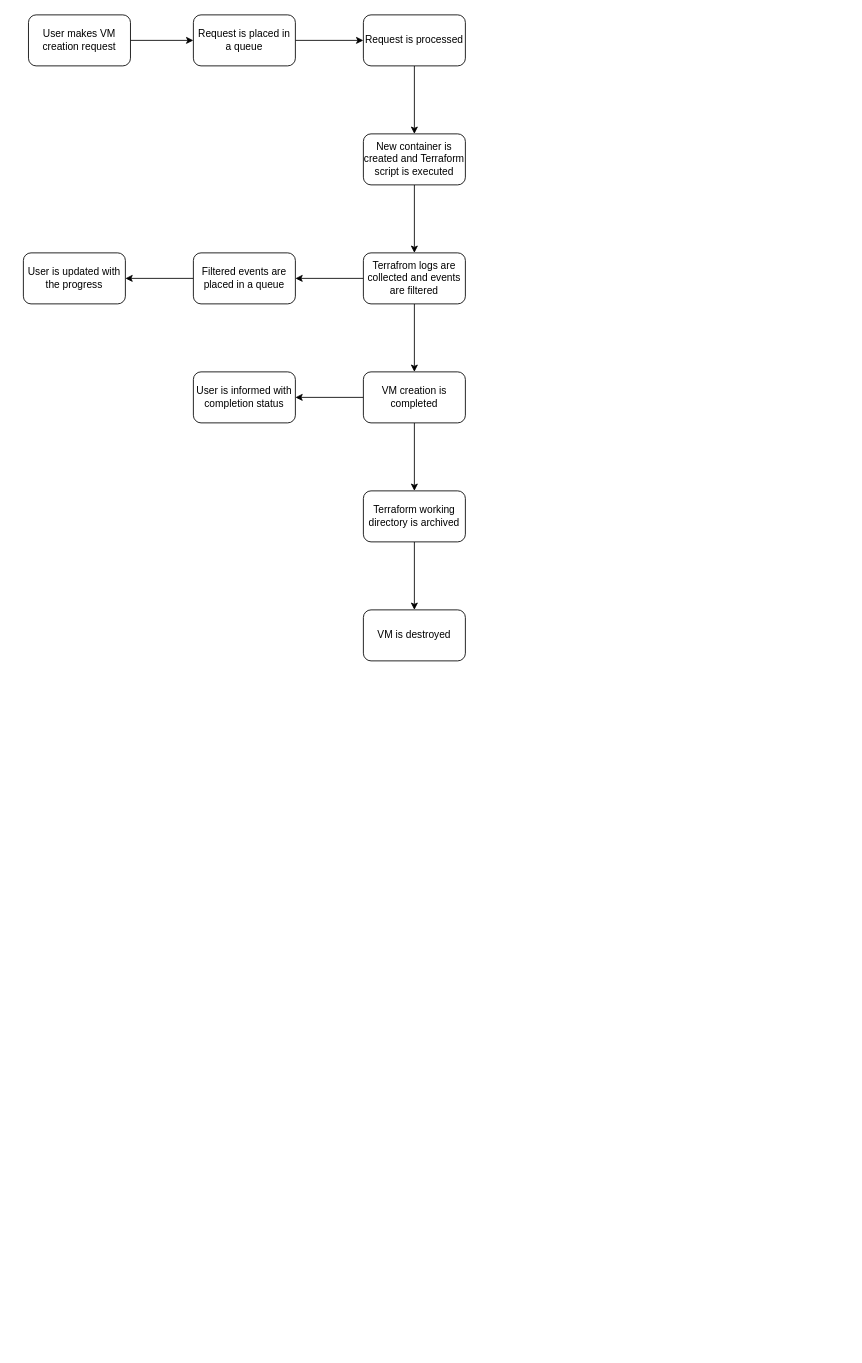
The draw.io diagram doc/diagrams/VM Creation Diagram.drawio in NAICNO/pages-test, before the edit. Source tidied: cells renumbered, new cells numbered last; positions are measured from the earlier drawing's top-left corner, leaving out a move shared by most shapes. Both pictures are drawn from the tidied source at 85%, with x=0, y=0 at pixel (23, 14).
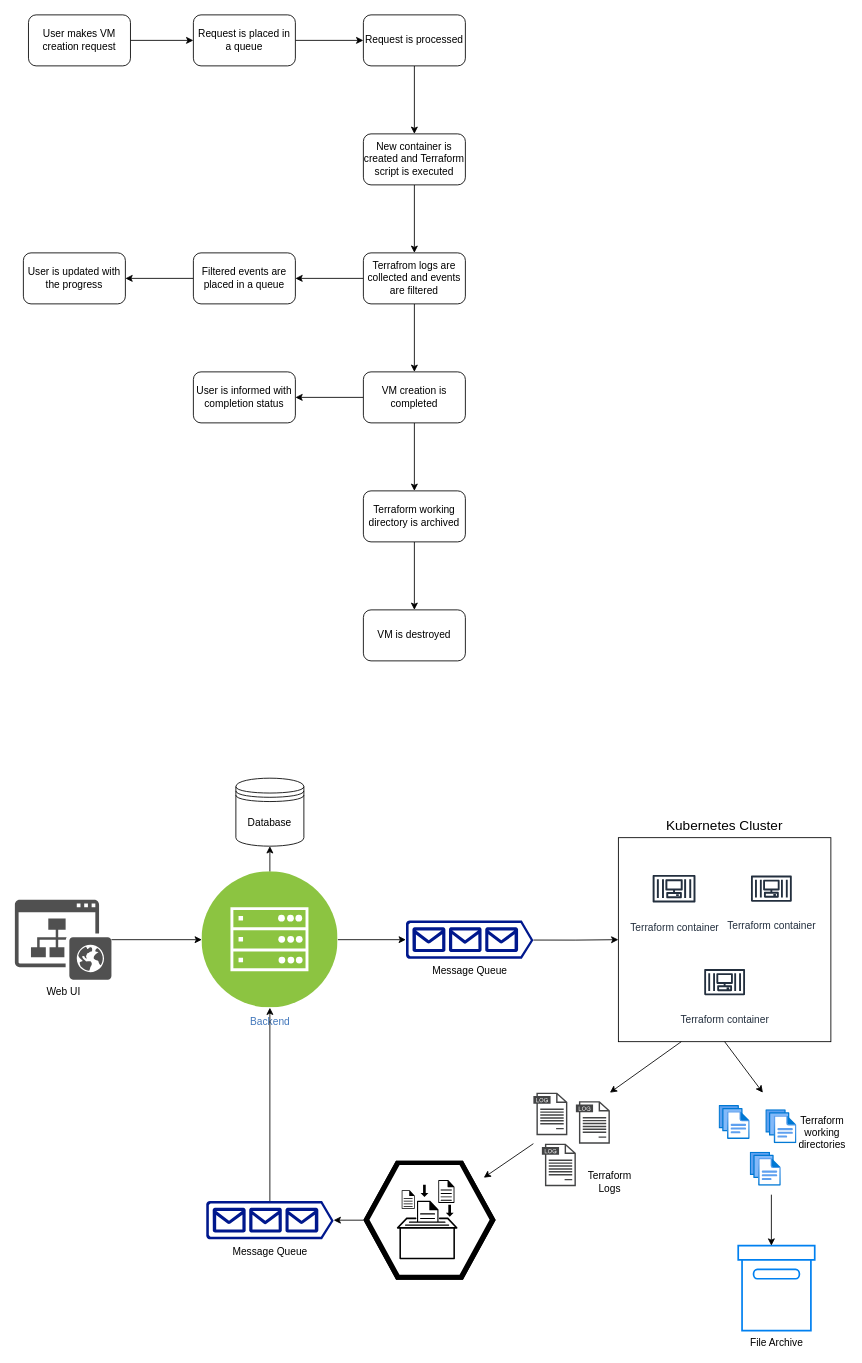
The same diagram, later.

The edit, as a diff of the source:
```diff
@@
+    <mxCell id="23" style="edgeStyle=orthogonalEdgeStyle;rounded=0;jettySize=auto;html=1;exitX=0.5;exitY=0;exitDx=0;exitDy=0;entryX=0.5;entryY=1;entryDx=0;entryDy=0;" parent="1" edge="1" source="24" target="27">
+      <mxGeometry relative="1" as="geometry" />
+    </mxCell>
+    <mxCell id="24" value="Backend" style="image;perimeter=ellipsePerimeter;html=1;align=center;shadow=0;dashed=0;fontColor=#4277BB;labelBackgroundColor=default;fontSize=12;spacingTop=3;image=img/lib/ibm/infrastructure/mobile_backend.svg;" parent="1" vertex="1">
+      <mxGeometry x="210" y="1008" width="160" height="160" as="geometry" />
+    </mxCell>
+    <mxCell id="25" style="edgeStyle=orthogonalEdgeStyle;rounded=0;jettySize=auto;html=1;" parent="1" edge="1" source="26" target="24">
+      <mxGeometry relative="1" as="geometry" />
+    </mxCell>
+    <mxCell id="26" value="Web UI" style="sketch=0;shadow=0;dashed=0;html=1;strokeColor=none;fillColor=#505050;labelPosition=center;verticalLabelPosition=bottom;verticalAlign=top;outlineConnect=0;align=center;shape=mxgraph.office.sites.website_public;" parent="1" vertex="1">
+      <mxGeometry x="-10" y="1041" width="113.6" height="94" as="geometry" />
+    </mxCell>
+    <mxCell id="27" value="Database" style="shape=datastore;whiteSpace=wrap;html=1;" parent="1" vertex="1">
+      <mxGeometry x="250" y="898" width="80" height="80" as="geometry" />
+    </mxCell>
+    <mxCell id="28" style="edgeStyle=orthogonalEdgeStyle;rounded=0;jettySize=auto;html=1;exitX=1;exitY=0.51;exitDx=0;exitDy=0;exitPerimeter=0;entryX=0;entryY=0.5;entryDx=0;entryDy=0;" parent="1" edge="1" source="29" target="31">
+      <mxGeometry relative="1" as="geometry" />
+    </mxCell>
+    <mxCell id="29" value="Message Queue" style="sketch=0;shadow=0;dashed=0;html=1;strokeColor=none;labelPosition=center;verticalLabelPosition=bottom;verticalAlign=top;align=center;fillColor=#00188D;shape=mxgraph.azure.queue_generic;" parent="1" vertex="1">
+      <mxGeometry x="450" y="1065.5" width="150" height="45" as="geometry" />
+    </mxCell>
+    <mxCell id="30" style="edgeStyle=orthogonalEdgeStyle;rounded=0;jettySize=auto;html=1;exitX=1;exitY=0.5;exitDx=0;exitDy=0;entryX=0;entryY=0.5;entryDx=0;entryDy=0;entryPerimeter=0;" parent="1" edge="1" source="24" target="29">
+      <mxGeometry relative="1" as="geometry" />
+    </mxCell>
+    <mxCell id="31" style="rounded=0;whiteSpace=wrap;html=1;" parent="1" vertex="1">
+      <mxGeometry x="700" y="968" width="250" height="240" as="geometry" />
+    </mxCell>
+    <mxCell id="32" value="Terraform container" style="sketch=0;fontColor=#232F3E;gradientColor=none;strokeColor=#232F3E;fillColor=#ffffff;dashed=0;verticalLabelPosition=bottom;verticalAlign=top;align=center;html=1;fontSize=12;fontStyle=0;shape=mxgraph.aws4.resourceIcon;resIcon=mxgraph.aws4.container_3;" parent="1" vertex="1">
+      <mxGeometry x="734" y="996.5" width="63" height="63" as="geometry" />
+    </mxCell>
+    <mxCell id="33" value="Terraform container" style="sketch=0;fontColor=#232F3E;gradientColor=none;strokeColor=#232F3E;fillColor=#ffffff;dashed=0;verticalLabelPosition=bottom;verticalAlign=top;align=center;html=1;fontSize=12;fontStyle=0;shape=mxgraph.aws4.resourceIcon;resIcon=mxgraph.aws4.container_3;" parent="1" vertex="1">
+      <mxGeometry x="850" y="998" width="60" height="60" as="geometry" />
+    </mxCell>
+    <mxCell id="34" value="Terraform container" style="sketch=0;fontColor=#232F3E;gradientColor=none;strokeColor=#232F3E;fillColor=#ffffff;dashed=0;verticalLabelPosition=bottom;verticalAlign=top;align=center;html=1;fontSize=12;fontStyle=0;shape=mxgraph.aws4.resourceIcon;resIcon=mxgraph.aws4.container_3;" parent="1" vertex="1">
+      <mxGeometry x="795" y="1108" width="60" height="60" as="geometry" />
+    </mxCell>
+    <mxCell id="35" value="Kubernetes Cluster" style="text;html=1;strokeColor=none;fillColor=none;align=center;verticalAlign=middle;whiteSpace=wrap;rounded=0;fontSize=16;" parent="1" vertex="1">
+      <mxGeometry x="755" y="938" width="140" height="30" as="geometry" />
+    </mxCell>
+    <mxCell id="36" style="verticalLabelPosition=bottom;sketch=0;html=1;fillColor=#000000;strokeColor=#ffffff;verticalAlign=top;align=center;points=[[0,0.5,0],[0.125,0.25,0],[0.25,0,0],[0.5,0,0],[0.75,0,0],[0.875,0.25,0],[1,0.5,0],[0.875,0.75,0],[0.75,1,0],[0.5,1,0],[0.125,0.75,0]];shape=mxgraph.cisco_safe.compositeIcon;bgIcon=mxgraph.cisco_safe.design.blank_device;resIcon=mxgraph.cisco_safe.design.log_collector_2;" parent="1" vertex="1">
+      <mxGeometry x="400" y="1348" width="155.6" height="140" as="geometry" />
+    </mxCell>
+    <mxCell id="37" style="sketch=0;shadow=0;dashed=0;html=1;strokeColor=none;fillColor=#434445;labelPosition=center;verticalLabelPosition=bottom;verticalAlign=top;align=center;shape=mxgraph.vvd.log_files;" parent="1" vertex="1">
+      <mxGeometry x="600" y="1268" width="40" height="50" as="geometry" />
+    </mxCell>
+    <mxCell id="38" style="sketch=0;shadow=0;dashed=0;html=1;strokeColor=none;fillColor=#434445;labelPosition=center;verticalLabelPosition=bottom;verticalAlign=top;align=center;shape=mxgraph.vvd.log_files;" parent="1" vertex="1">
+      <mxGeometry x="610" y="1328" width="40" height="50" as="geometry" />
+    </mxCell>
+    <mxCell id="39" style="sketch=0;shadow=0;dashed=0;html=1;strokeColor=none;fillColor=#434445;labelPosition=center;verticalLabelPosition=bottom;verticalAlign=top;align=center;shape=mxgraph.vvd.log_files;" parent="1" vertex="1">
+      <mxGeometry x="650" y="1278" width="40" height="50" as="geometry" />
+    </mxCell>
+    <mxCell id="40" style="endArrow=classic;html=1;rounded=0;exitX=0.296;exitY=1;exitDx=0;exitDy=0;exitPerimeter=0;" parent="1" edge="1" source="31">
+      <mxGeometry relative="1" as="geometry">
+        <mxPoint x="690" y="1268" as="targetPoint" />
+      </mxGeometry>
+    </mxCell>
+    <mxCell id="41" style="endArrow=classic;html=1;rounded=0;" parent="1" edge="1">
+      <mxGeometry relative="1" as="geometry">
+        <mxPoint x="600" y="1328" as="sourcePoint" />
+        <mxPoint x="541.6" y="1368" as="targetPoint" />
+      </mxGeometry>
+    </mxCell>
+    <mxCell id="42" value="Terraform Logs" style="text;html=1;strokeColor=none;fillColor=none;align=center;verticalAlign=middle;whiteSpace=wrap;rounded=0;" parent="1" vertex="1">
+      <mxGeometry x="660" y="1358" width="60" height="30" as="geometry" />
+    </mxCell>
+    <mxCell id="43" value="File Archive" style="html=1;verticalLabelPosition=bottom;align=center;labelBackgroundColor=#ffffff;verticalAlign=top;strokeWidth=2;strokeColor=#0080F0;shadow=0;dashed=0;shape=mxgraph.ios7.icons.box;" parent="1" vertex="1">
+      <mxGeometry x="841" y="1448" width="90" height="100" as="geometry" />
+    </mxCell>
+    <mxCell id="44" style="endArrow=classic;html=1;rounded=0;exitX=0.5;exitY=1;exitDx=0;exitDy=0;" parent="1" edge="1" source="31">
+      <mxGeometry relative="1" as="geometry">
+        <mxPoint x="870" y="1268" as="targetPoint" />
+      </mxGeometry>
+    </mxCell>
+    <mxCell id="45" style="endArrow=classic;html=1;rounded=0;" parent="1" edge="1">
+      <mxGeometry relative="1" as="geometry">
+        <mxPoint x="880" y="1388" as="sourcePoint" />
+        <mxPoint x="880" y="1448" as="targetPoint" />
+      </mxGeometry>
+    </mxCell>
+    <mxCell id="46" style="image;html=1;align=center;fontSize=12;image=img/lib/azure2/general/Files.svg;" parent="1" vertex="1">
+      <mxGeometry x="818.4" y="1283" width="36.6" height="40" as="geometry" />
+    </mxCell>
+    <mxCell id="47" style="image;html=1;align=center;fontSize=12;image=img/lib/azure2/general/Files.svg;" parent="1" vertex="1">
+      <mxGeometry x="873.4" y="1288" width="36.6" height="40" as="geometry" />
+    </mxCell>
+    <mxCell id="48" style="image;html=1;align=center;fontSize=12;image=img/lib/azure2/general/Files.svg;" parent="1" vertex="1">
+      <mxGeometry x="855" y="1338" width="36.6" height="40" as="geometry" />
+    </mxCell>
+    <mxCell id="49" value="Terraform working directories" style="text;html=1;strokeColor=none;fillColor=none;align=center;verticalAlign=middle;whiteSpace=wrap;rounded=0;" parent="1" vertex="1">
+      <mxGeometry x="910" y="1300" width="60" height="30" as="geometry" />
+    </mxCell>
+    <mxCell id="50" style="edgeStyle=orthogonalEdgeStyle;rounded=0;jettySize=auto;html=1;exitX=0.5;exitY=0;exitDx=0;exitDy=0;exitPerimeter=0;" parent="1" edge="1" source="51" target="24">
+      <mxGeometry relative="1" as="geometry" />
+    </mxCell>
+    <mxCell id="51" value="Message Queue" style="sketch=0;shadow=0;dashed=0;html=1;strokeColor=none;labelPosition=center;verticalLabelPosition=bottom;verticalAlign=top;align=center;fillColor=#00188D;shape=mxgraph.azure.queue_generic;" parent="1" vertex="1">
+      <mxGeometry x="215" y="1395.5" width="150" height="45" as="geometry" />
+    </mxCell>
+    <mxCell id="52" style="edgeStyle=orthogonalEdgeStyle;rounded=0;jettySize=auto;html=1;exitX=0;exitY=0.5;exitDx=0;exitDy=0;exitPerimeter=0;entryX=1;entryY=0.51;entryDx=0;entryDy=0;entryPerimeter=0;" parent="1" edge="1" source="36" target="51">
+      <mxGeometry relative="1" as="geometry" />
+    </mxCell>
```
